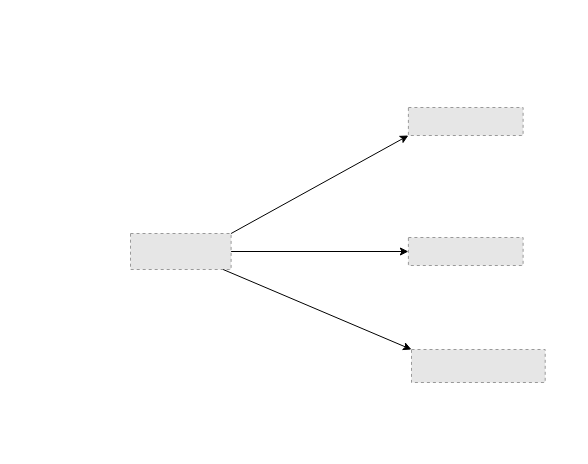
Before: Untitled Diagram.drawio in rohitgaikwad09/SAML, a draw.io diagram. Source tidied: cells renumbered, new cells numbered last; positions are measured from the earlier drawing's top-left corner, leaving out a move shared by most shapes. Both pictures are drawn from the tidied source at 100%, with x=0, y=0 at pixel (130, 107). Pictures stored in the file or linked from it are replaced by grey dashed boxes.
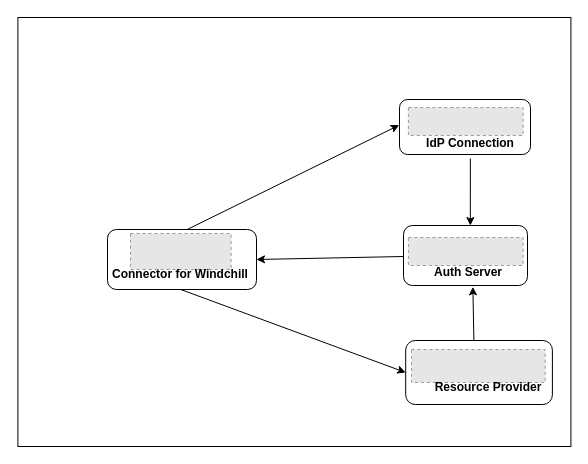
Above is the later version.

Unchanged cells that the change refers to:
```xml
<mxCell id="2" style="fillColor=#E6E6E6;strokeColor=#999999;dashed=1;verticalLabelPosition=bottom;labelBackgroundColor=default;verticalAlign=top;" parent="1" vertex="1">
  <mxGeometry x="277.9" width="114.7" height="28" as="geometry" />
</mxCell>
<mxCell id="3" style="fillColor=#E6E6E6;strokeColor=#999999;dashed=1;verticalLabelPosition=bottom;labelBackgroundColor=default;verticalAlign=top;" parent="1" vertex="1">
  <mxGeometry x="277.9" y="130" width="114.7" height="28" as="geometry" />
</mxCell>
<mxCell id="4" style="fillColor=#E6E6E6;strokeColor=#999999;dashed=1;verticalLabelPosition=bottom;labelBackgroundColor=default;verticalAlign=top;" parent="1" vertex="1">
  <mxGeometry x="281" y="242" width="133.7" height="33" as="geometry" />
</mxCell>
<mxCell id="5" style="fillColor=#E6E6E6;strokeColor=#999999;dashed=1;verticalLabelPosition=bottom;labelBackgroundColor=default;verticalAlign=top;" parent="1" vertex="1">
  <mxGeometry y="126" width="100.6" height="36" as="geometry" />
</mxCell>
```

Change to the diagram source:
```diff
@@
+    <mxCell id="9" style="rounded=0;whiteSpace=wrap;html=1;" parent="1" vertex="1">
+      <mxGeometry x="-112.6" y="-90" width="553" height="429" as="geometry" />
+    </mxCell>
+    <mxCell id="10" style="rounded=1;whiteSpace=wrap;html=1;" parent="1" vertex="1">
+      <mxGeometry x="273" y="118" width="124" height="60" as="geometry" />
+    </mxCell>
+    <mxCell id="11" style="rounded=1;whiteSpace=wrap;html=1;" parent="1" vertex="1">
+      <mxGeometry x="275.2" y="233" width="146.7" height="64" as="geometry" />
+    </mxCell>
+    <mxCell id="12" style="rounded=1;whiteSpace=wrap;html=1;" parent="1" vertex="1">
+      <mxGeometry x="269" y="-8" width="131" height="55" as="geometry" />
+    </mxCell>
+    <mxCell id="13" style="rounded=1;whiteSpace=wrap;html=1;" parent="1" vertex="1">
+      <mxGeometry x="-23" y="122" width="149" height="60" as="geometry" />
+    </mxCell>
@@
-    <mxCell id="6" style="endArrow=classic;html=1;rounded=0;exitX=1;exitY=0;exitDx=0;exitDy=0;entryX=0;entryY=1;entryDx=0;entryDy=0;" parent="1" edge="1" source="5" target="2">
-      <mxGeometry relative="1" as="geometry" />
-    </mxCell>
-    <mxCell id="7" style="endArrow=classic;html=1;rounded=0;exitX=1;exitY=0.5;exitDx=0;exitDy=0;entryX=0;entryY=0.5;entryDx=0;entryDy=0;" parent="1" edge="1" source="5" target="3">
-      <mxGeometry relative="1" as="geometry" />
-    </mxCell>
-    <mxCell id="8" style="endArrow=classic;html=1;rounded=0;entryX=0;entryY=0;entryDx=0;entryDy=0;" parent="1" edge="1" source="5" target="4">
-      <mxGeometry relative="1" as="geometry" />
-    </mxCell>
+    <mxCell id="14" value="&lt;b&gt;&lt;font style=&quot;font-size: 12px;&quot;&gt;IdP Connection&lt;/font&gt;&lt;/b&gt;" style="text;html=1;strokeColor=none;fillColor=none;align=center;verticalAlign=middle;whiteSpace=wrap;rounded=0;" parent="1" vertex="1">
+      <mxGeometry x="263" y="21" width="153.7" height="30" as="geometry" />
+    </mxCell>
+    <mxCell id="15" value="&lt;b&gt;&lt;font style=&quot;font-size: 12px;&quot;&gt;Auth Server&lt;/font&gt;&lt;/b&gt;" style="text;html=1;strokeColor=none;fillColor=none;align=center;verticalAlign=middle;whiteSpace=wrap;rounded=0;" parent="1" vertex="1">
+      <mxGeometry x="260.9" y="150" width="153.7" height="30" as="geometry" />
+    </mxCell>
+    <mxCell id="16" value="&lt;b&gt;&lt;font style=&quot;font-size: 12px;&quot;&gt;Resource Provider&lt;/font&gt;&lt;/b&gt;" style="text;html=1;strokeColor=none;fillColor=none;align=center;verticalAlign=middle;whiteSpace=wrap;rounded=0;" parent="1" vertex="1">
+      <mxGeometry x="281" y="265" width="153.7" height="30" as="geometry" />
+    </mxCell>
+    <mxCell id="17" value="&lt;b&gt;&lt;font style=&quot;font-size: 12px;&quot;&gt;Connector for Windchill&lt;/font&gt;&lt;/b&gt;" style="text;html=1;strokeColor=none;fillColor=none;align=center;verticalAlign=middle;whiteSpace=wrap;rounded=0;" parent="1" vertex="1">
+      <mxGeometry x="-26.6" y="152" width="153.7" height="30" as="geometry" />
+    </mxCell>
+    <mxCell id="18" style="endArrow=classic;html=1;rounded=0;exitX=0.539;exitY=-0.005;exitDx=0;exitDy=0;entryX=-0.002;entryY=0.466;entryDx=0;entryDy=0;entryPerimeter=0;exitPerimeter=0;" parent="1" edge="1" source="13" target="12">
+      <mxGeometry relative="1" as="geometry" />
+    </mxCell>
+    <mxCell id="19" style="endArrow=classic;html=1;rounded=0;entryX=1;entryY=0.5;entryDx=0;entryDy=0;exitX=0.078;exitY=-0.033;exitDx=0;exitDy=0;exitPerimeter=0;" parent="1" edge="1" source="15" target="13">
+      <mxGeometry relative="1" as="geometry" />
+    </mxCell>
+    <mxCell id="20" style="endArrow=classic;html=1;rounded=0;entryX=0.539;entryY=0;entryDx=0;entryDy=0;entryPerimeter=0;" parent="1" edge="1" source="14" target="10">
+      <mxGeometry relative="1" as="geometry" />
+    </mxCell>
+    <mxCell id="21" style="endArrow=classic;html=1;rounded=0;exitX=0.5;exitY=1;exitDx=0;exitDy=0;entryX=0;entryY=0.5;entryDx=0;entryDy=0;" parent="1" edge="1" source="17" target="11">
+      <mxGeometry relative="1" as="geometry" />
+    </mxCell>
+    <mxCell id="22" style="endArrow=classic;html=1;rounded=0;entryX=0.53;entryY=0.977;entryDx=0;entryDy=0;entryPerimeter=0;" parent="1" edge="1" target="15">
+      <mxGeometry relative="1" as="geometry">
+        <mxPoint x="343.4" y="233" as="sourcePoint" />
+      </mxGeometry>
+    </mxCell>
```
